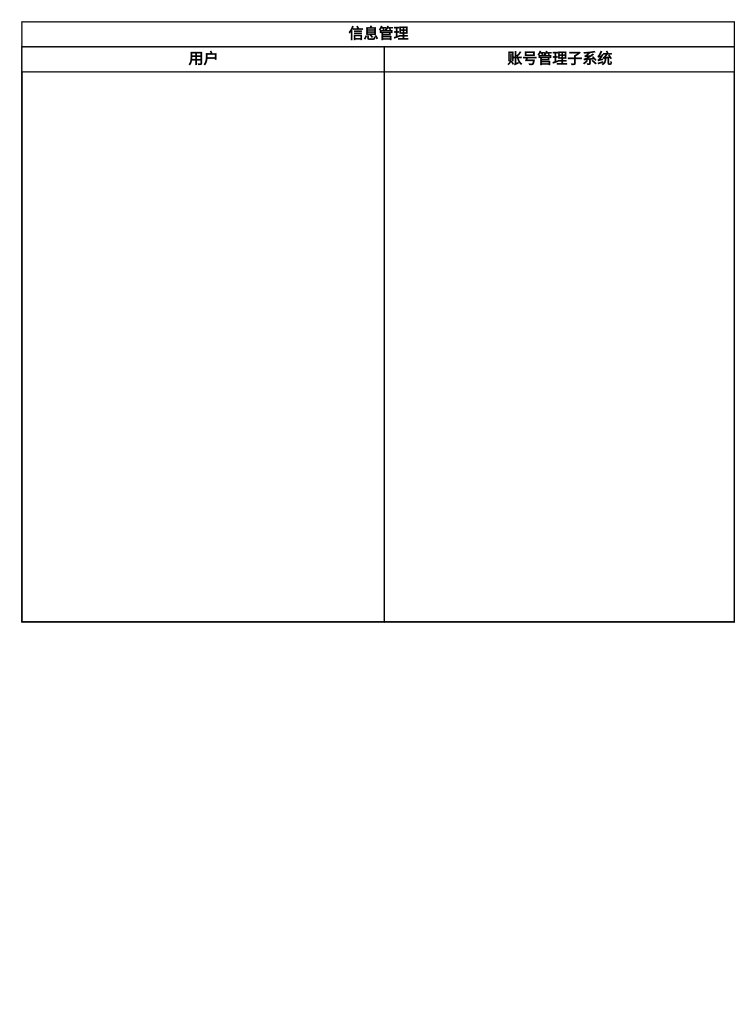
Above: 信息管理活动图.drawio in PomeloLemon/SoftwareDiagrams (draw.io), before the change. Source tidied: cells renumbered, new cells numbered last; positions are measured from the earlier drawing's top-left corner, leaving out a move shared by most shapes. Both pictures are drawn from the tidied source at 125%, with x=0, y=0 at pixel (21, 21).
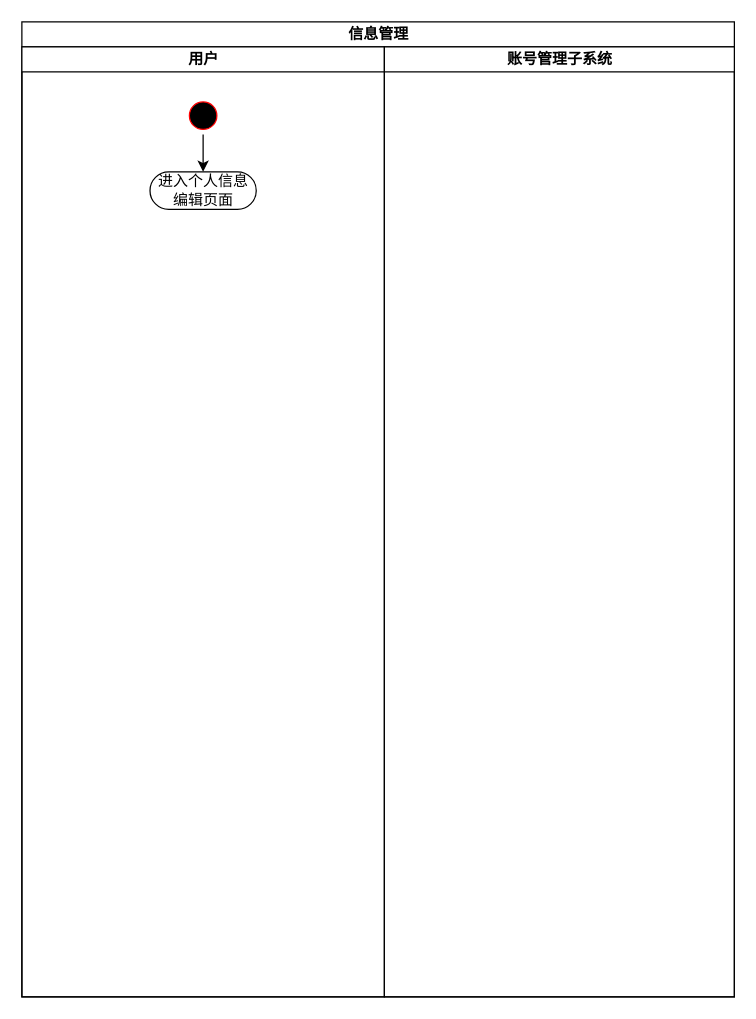
The same page after the edit.

Commit message (it also covers changes not shown here):
更新信息管理活动图.drawio

What changed in the source:
```diff
@@
 <mxGraphModel>
   <root>
     <mxCell id="0" />
     <mxCell id="1" parent="0" />
     <mxCell id="2" value="信息管理" style="swimlane;startSize=20;html=1;" parent="1" vertex="1">
-      <mxGeometry width="570" height="480" as="geometry" />
+      <mxGeometry width="570" height="780" as="geometry" />
     </mxCell>
     <mxCell id="3" value="用户" style="swimlane;startSize=20;html=1;" parent="2" vertex="1">
-      <mxGeometry y="20" width="290" height="460" as="geometry" />
+      <mxGeometry y="20" width="290" height="760" as="geometry" />
     </mxCell>
+    <mxCell id="5" style="edgeStyle=orthogonalEdgeStyle;rounded=0;jettySize=auto;html=1;exitX=0.5;exitY=1;exitDx=0;exitDy=0;entryX=0.5;entryY=0;entryDx=0;entryDy=0;" parent="3" edge="1" source="6" target="7">
+      <mxGeometry relative="1" as="geometry" />
+    </mxCell>
+    <mxCell id="6" style="ellipse;html=1;shape=startState;fillColor=#000000;strokeColor=#ff0000;" parent="3" vertex="1">
+      <mxGeometry x="130" y="40" width="30" height="30" as="geometry" />
+    </mxCell>
+    <mxCell id="7" value="进入个人信息编辑页面" style="rounded=1;whiteSpace=wrap;html=1;shadow=0;comic=0;labelBackgroundColor=none;strokeWidth=1;fontFamily=Verdana;fontSize=12;align=center;arcSize=50;" parent="3" vertex="1">
+      <mxGeometry x="102.5" y="100" width="85" height="30" as="geometry" />
+    </mxCell>
     <mxCell id="4" value="账号管理子系统" style="swimlane;startSize=20;html=1;" parent="2" vertex="1">
-      <mxGeometry x="290" y="20" width="280" height="460" as="geometry" />
+      <mxGeometry x="290" y="20" width="280" height="760" as="geometry" />
     </mxCell>
   </root>
 </mxGraphModel>
```
